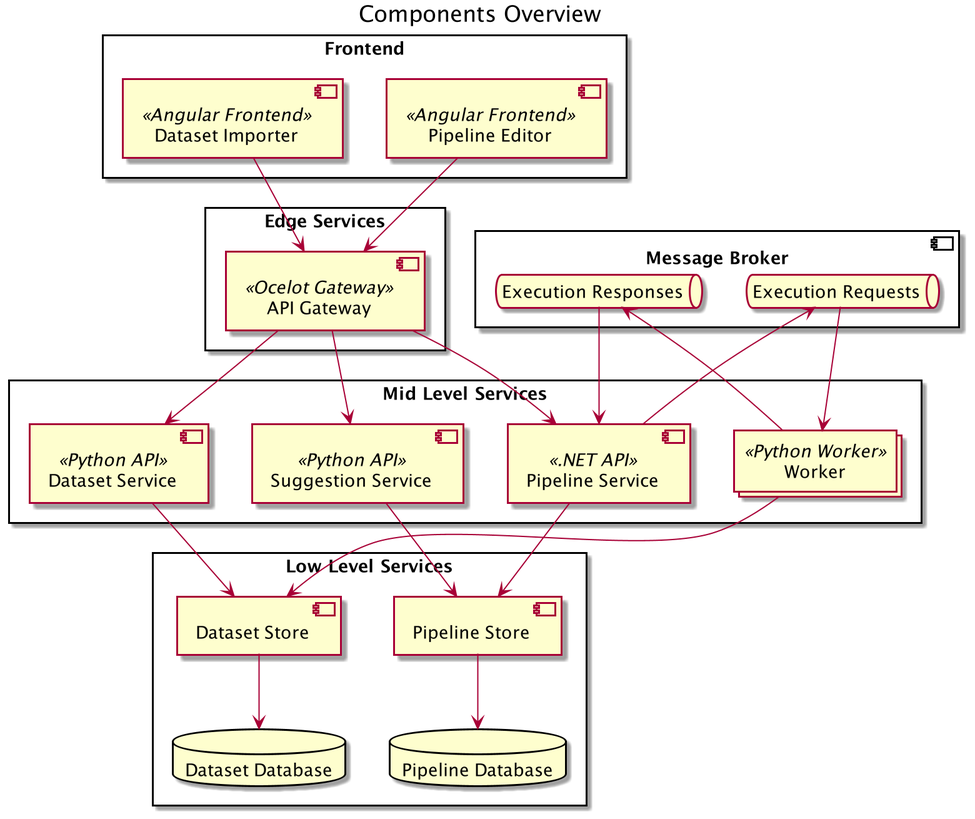
The PlantUML diagram docs/architecture/overview.png in project-hanse/prototype-a, before a commit.
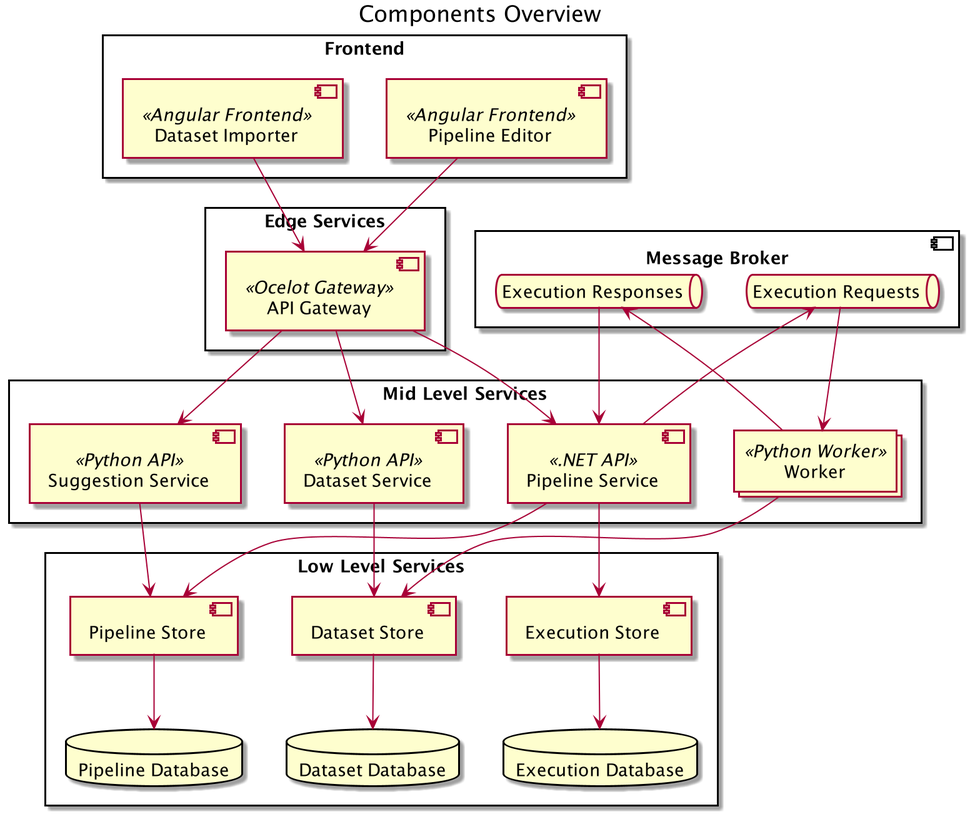
After the commit.

Commit message:
[HT-11] Added execution store to overview, regrouped plantuml

Change to the diagram source:
```diff
@@ -28,6 +28,9 @@
     component "Pipeline Store" as pipeline_store
     database "Pipeline Database" as pipeline_db
 
+    component "Execution Store" as execution_store
+    database "Execution Database" as execution_db
+
     component "Dataset Store" as dataset_store
     database "Dataset Database" as dataset_db
 }
@@ -41,17 +44,18 @@
 api_gateway --> suggestion_service
 api_gateway --> dataset_service
 
-pipeline_service --> execution_requests
-pipeline_service --> pipeline_store
-dataset_service --> dataset_store
-
 pipeline_store --> pipeline_db
 dataset_store --> dataset_db
+execution_store --> execution_db
 
+pipeline_service --> execution_requests
 execution_requests --> worker
-worker --> dataset_store
 worker --> execution_responses
 execution_responses --> pipeline_service
 
+worker --> dataset_store
 suggestion_service --> pipeline_store
+pipeline_service --> execution_store
+pipeline_service --> pipeline_store
+dataset_service --> dataset_store
 @enduml
```
